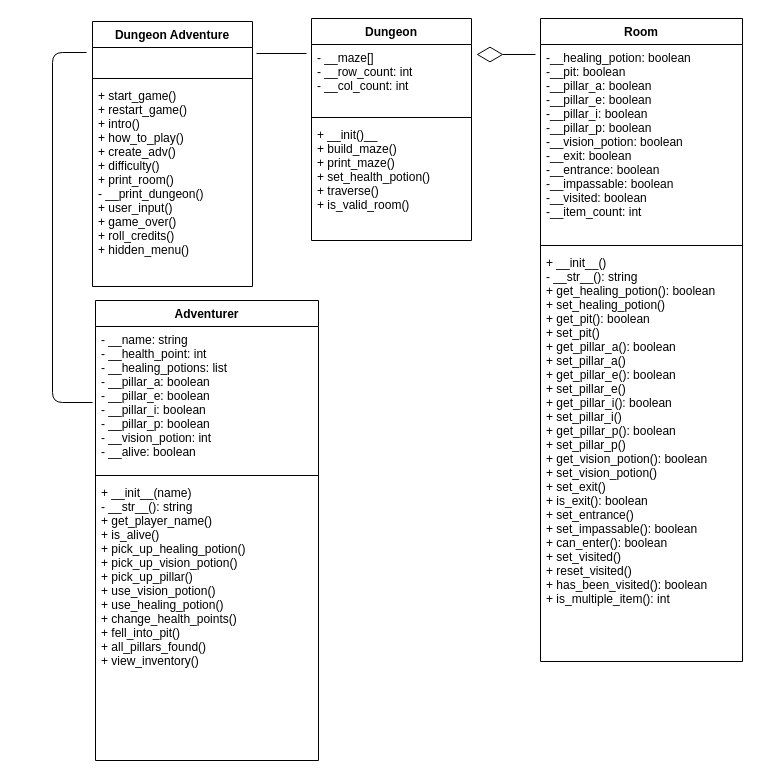
Above: Dungeon of Doom.drawio in jstocks/dungeon (draw.io), before the change. Source tidied: cells renumbered, new cells numbered last; positions are measured from the earlier drawing's top-left corner, leaving out a move shared by most shapes. Both pictures are drawn from the tidied source at 100%, with x=0, y=0 at pixel (52, 18).
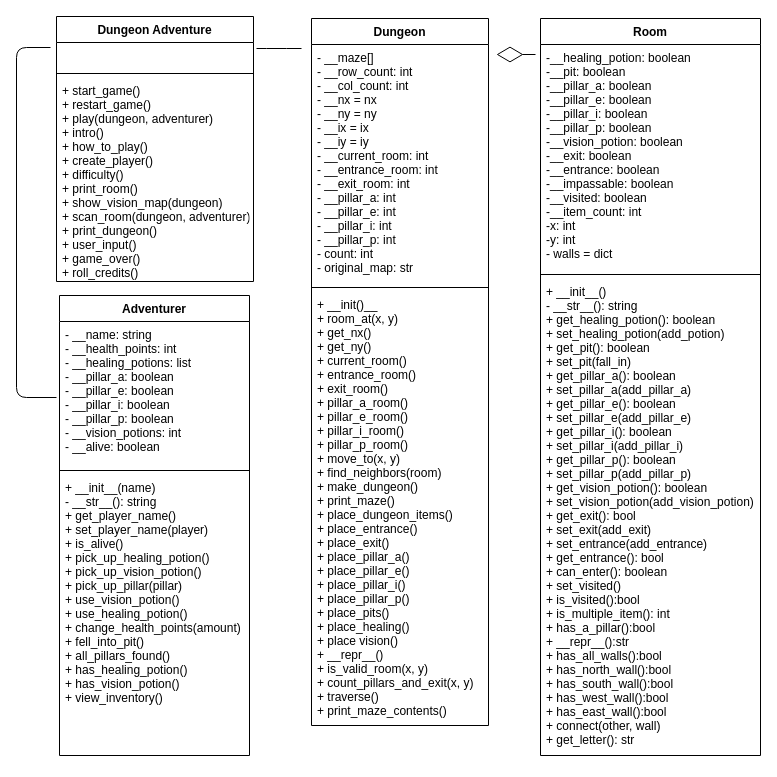
The same diagram, later.

The edit, as a diff of the source:
```diff
@@
     <mxCell id="2" value="Room" style="swimlane;fontStyle=1;align=center;verticalAlign=top;horizontal=1;startSize=26;" parent="1" vertex="1">
-      <mxGeometry x="488" width="202" height="643" as="geometry" />
+      <mxGeometry x="488" width="220" height="737" as="geometry" />
     </mxCell>
-    <mxCell id="3" value="-__healing_potion: boolean&#10;-__pit: boolean&#10;-__pillar_a: boolean&#10;-__pillar_e: boolean&#10;-__pillar_i: boolean&#10;-__pillar_p: boolean&#10;-__vision_potion: boolean&#10;-__exit: boolean&#10;-__entrance: boolean&#10;-__impassable: boolean&#10;-__visited: boolean&#10;-__item_count: int" style="text;strokeColor=none;fillColor=none;align=left;verticalAlign=top;spacingLeft=4;spacingRight=4;overflow=hidden;" parent="2" vertex="1">
-      <mxGeometry y="26" width="202" height="197" as="geometry" />
+    <mxCell id="3" value="-__healing_potion: boolean&#10;-__pit: boolean&#10;-__pillar_a: boolean&#10;-__pillar_e: boolean&#10;-__pillar_i: boolean&#10;-__pillar_p: boolean&#10;-__vision_potion: boolean&#10;-__exit: boolean&#10;-__entrance: boolean&#10;-__impassable: boolean&#10;-__visited: boolean&#10;-__item_count: int&#10;-x: int&#10;-y: int&#10;- walls = dict" style="text;strokeColor=none;fillColor=none;align=left;verticalAlign=top;spacingLeft=4;spacingRight=4;overflow=hidden;" parent="2" vertex="1">
+      <mxGeometry y="26" width="220" height="226" as="geometry" />
     </mxCell>
     <mxCell id="4" style="line;strokeWidth=1;fillColor=none;align=left;verticalAlign=middle;spacingTop=-1;spacingLeft=3;spacingRight=3;labelPosition=right;" parent="2" vertex="1">
-      <mxGeometry y="223" width="202" height="8" as="geometry" />
+      <mxGeometry y="252" width="220" height="8" as="geometry" />
     </mxCell>
-    <mxCell id="5" value="+ __init__()&#10;- __str__(): string&#10;+ get_healing_potion(): boolean&#10;+ set_healing_potion()&#10;+ get_pit(): boolean&#10;+ set_pit()&#10;+ get_pillar_a(): boolean&#10;+ set_pillar_a()&#10;+ get_pillar_e(): boolean&#10;+ set_pillar_e()&#10;+ get_pillar_i(): boolean&#10;+ set_pillar_i()&#10;+ get_pillar_p(): boolean&#10;+ set_pillar_p()&#10;+ get_vision_potion(): boolean&#10;+ set_vision_potion()&#10;+ set_exit()&#10;+ is_exit(): boolean&#10;+ set_entrance()&#10;+ set_impassable(): boolean&#10;+ can_enter(): boolean&#10;+ set_visited()&#10;+ reset_visited()&#10;+ has_been_visited(): boolean&#10;+ is_multiple_item(): int&#10;&#10;&#10;&#10;" style="text;strokeColor=none;fillColor=none;align=left;verticalAlign=top;spacingLeft=4;spacingRight=4;overflow=hidden;" parent="2" vertex="1">
-      <mxGeometry y="231" width="202" height="412" as="geometry" />
+    <mxCell id="5" value="+ __init__()&#10;- __str__(): string&#10;+ get_healing_potion(): boolean&#10;+ set_healing_potion(add_potion)&#10;+ get_pit(): boolean&#10;+ set_pit(fall_in)&#10;+ get_pillar_a(): boolean&#10;+ set_pillar_a(add_pillar_a)&#10;+ get_pillar_e(): boolean&#10;+ set_pillar_e(add_pillar_e)&#10;+ get_pillar_i(): boolean&#10;+ set_pillar_i(add_pillar_i)&#10;+ get_pillar_p(): boolean&#10;+ set_pillar_p(add_pillar_p)&#10;+ get_vision_potion(): boolean&#10;+ set_vision_potion(add_vision_potion)&#10;+ get_exit(): bool&#10;+ set_exit(add_exit)&#10;+ set_entrance(add_entrance)&#10;+ get_entrance(): bool&#10;+ can_enter(): boolean&#10;+ set_visited()&#10;+ is_visited():bool&#10;+ is_multiple_item(): int&#10;+ has_a_pillar():bool&#10;+ __repr__():str&#10;+ has_all_walls():bool&#10;+ has_north_wall():bool&#10;+ has_south_wall():bool&#10;+ has_west_wall():bool&#10;+ has_east_wall():bool&#10;+ connect(other, wall)&#10;+ get_letter(): str&#10;&#10;&#10;&#10;" style="text;strokeColor=none;fillColor=none;align=left;verticalAlign=top;spacingLeft=4;spacingRight=4;overflow=hidden;" parent="2" vertex="1">
+      <mxGeometry y="260" width="220" height="477" as="geometry" />
     </mxCell>
     <mxCell id="6" value="Dungeon" style="swimlane;fontStyle=1;align=center;verticalAlign=top;horizontal=1;startSize=26;" parent="1" vertex="1">
-      <mxGeometry x="259" width="160" height="222" as="geometry" />
+      <mxGeometry x="259" width="177" height="707" as="geometry" />
     </mxCell>
-    <mxCell id="7" value="- __maze[]&#10;- __row_count: int&#10;- __col_count: int" style="text;strokeColor=none;fillColor=none;align=left;verticalAlign=top;spacingLeft=4;spacingRight=4;overflow=hidden;" parent="6" vertex="1">
-      <mxGeometry y="26" width="160" height="69" as="geometry" />
+    <mxCell id="7" value="- __maze[]&#10;- __row_count: int&#10;- __col_count: int&#10;- __nx = nx&#10;- __ny = ny&#10;- __ix = ix&#10;- __iy = iy&#10;- __current_room: int&#10;- __entrance_room: int&#10;- __exit_room: int&#10;- __pillar_a: int&#10;- __pillar_e: int&#10;- __pillar_i: int&#10;- __pillar_p: int&#10;- count: int&#10;- original_map: str" style="text;strokeColor=none;fillColor=none;align=left;verticalAlign=top;spacingLeft=4;spacingRight=4;overflow=hidden;" parent="6" vertex="1">
+      <mxGeometry y="26" width="177" height="239" as="geometry" />
     </mxCell>
     <mxCell id="8" style="line;strokeWidth=1;fillColor=none;align=left;verticalAlign=middle;spacingTop=-1;spacingLeft=3;spacingRight=3;labelPosition=right;" parent="6" vertex="1">
-      <mxGeometry y="95" width="160" height="8" as="geometry" />
+      <mxGeometry y="265" width="177" height="8" as="geometry" />
     </mxCell>
-    <mxCell id="9" value="+ __init()__&#10;+ build_maze()&#10;+ print_maze()&#10;+ set_health_potion()&#10;+ traverse()&#10;+ is_valid_room()&#10;" style="text;strokeColor=none;fillColor=none;align=left;verticalAlign=top;spacingLeft=4;spacingRight=4;overflow=hidden;" parent="6" vertex="1">
-      <mxGeometry y="103" width="160" height="119" as="geometry" />
+    <mxCell id="9" value="+ __init()__&#10;+ room_at(x, y)&#10;+ get_nx()&#10;+ get_ny()&#10;+ current_room()&#10;+ entrance_room()&#10;+ exit_room()&#10;+ pillar_a_room()&#10;+ pillar_e_room()&#10;+ pillar_i_room()&#10;+ pillar_p_room()&#10;+ move_to(x, y)&#10;+ find_neighbors(room)&#10;+ make_dungeon()&#10;+ print_maze()&#10;+ place_dungeon_items()&#10;+ place_entrance()&#10;+ place_exit()&#10;+ place_pillar_a()&#10;+ place_pillar_e()&#10;+ place_pillar_i()&#10;+ place_pillar_p()&#10;+ place_pits()&#10;+ place_healing()&#10;+ place vision()&#10;+ __repr__()&#10;+ is_valid_room(x, y)&#10;+ count_pillars_and_exit(x, y)&#10;+ traverse()&#10;+ print_maze_contents()&#10;" style="text;strokeColor=none;fillColor=none;align=left;verticalAlign=top;spacingLeft=4;spacingRight=4;overflow=hidden;" parent="6" vertex="1">
+      <mxGeometry y="273" width="177" height="434" as="geometry" />
     </mxCell>
     <mxCell id="10" value="Dungeon Adventure" style="swimlane;fontStyle=1;align=center;verticalAlign=top;horizontal=1;startSize=26;" parent="1" vertex="1">
-      <mxGeometry x="40" y="3" width="160" height="265" as="geometry" />
+      <mxGeometry x="4" y="-2" width="197" height="265" as="geometry" />
     </mxCell>
     <mxCell id="11" value="   " style="text;strokeColor=none;fillColor=none;align=left;verticalAlign=top;spacingLeft=4;spacingRight=4;overflow=hidden;" parent="10" vertex="1">
-      <mxGeometry y="26" width="160" height="27" as="geometry" />
+      <mxGeometry y="26" width="197" height="27" as="geometry" />
     </mxCell>
     <mxCell id="12" style="line;strokeWidth=1;fillColor=none;align=left;verticalAlign=middle;spacingTop=-1;spacingLeft=3;spacingRight=3;labelPosition=right;" parent="10" vertex="1">
-      <mxGeometry y="53" width="160" height="8" as="geometry" />
+      <mxGeometry y="53" width="197" height="8" as="geometry" />
     </mxCell>
-    <mxCell id="13" value="+ start_game()&#10;+ restart_game()&#10;+ intro()&#10;+ how_to_play()&#10;+ create_adv()&#10;+ difficulty()&#10;+ print_room()&#10;- __print_dungeon()&#10;+ user_input()&#10;+ game_over()&#10;+ roll_credits()&#10;+ hidden_menu()&#10;&#10;" style="text;strokeColor=none;fillColor=none;align=left;verticalAlign=top;spacingLeft=4;spacingRight=4;overflow=hidden;" parent="10" vertex="1">
-      <mxGeometry y="61" width="160" height="204" as="geometry" />
+    <mxCell id="13" value="+ start_game()&#10;+ restart_game()&#10;+ play(dungeon, adventurer)&#10;+ intro()&#10;+ how_to_play()&#10;+ create_player()&#10;+ difficulty()&#10;+ print_room()&#10;+ show_vision_map(dungeon)&#10;+ scan_room(dungeon, adventurer)&#10;+ print_dungeon()&#10;+ user_input()&#10;+ game_over()&#10;+ roll_credits()&#10;&#10;&#10;" style="text;strokeColor=none;fillColor=none;align=left;verticalAlign=top;spacingLeft=4;spacingRight=4;overflow=hidden;" parent="10" vertex="1">
+      <mxGeometry y="61" width="197" height="204" as="geometry" />
     </mxCell>
     <mxCell id="14" style="endArrow=none;html=1;edgeStyle=orthogonalEdgeStyle;" parent="1" edge="1">
       <mxGeometry relative="1" as="geometry">
-        <mxPoint x="40" y="384" as="sourcePoint" />
-        <mxPoint x="34" y="34" as="targetPoint" />
+        <mxPoint x="4" y="379" as="sourcePoint" />
+        <mxPoint x="-2" y="29" as="targetPoint" />
         <Array as="points">
-          <mxPoint y="384" />
-          <mxPoint y="34" />
+          <mxPoint x="-36" y="379" />
+          <mxPoint x="-36" y="29" />
         </Array>
       </mxGeometry>
     </mxCell>
     <mxCell id="15" value="Adventurer" style="swimlane;fontStyle=1;align=center;verticalAlign=top;horizontal=1;startSize=26;" parent="1" vertex="1">
-      <mxGeometry x="43" y="282" width="223" height="460" as="geometry" />
+      <mxGeometry x="7" y="277" width="190" height="460" as="geometry" />
     </mxCell>
-    <mxCell id="16" value="- __name: string&#10;- __health_point: int&#10;- __healing_potions: list&#10;- __pillar_a: boolean&#10;- __pillar_e: boolean&#10;- __pillar_i: boolean&#10;- __pillar_p: boolean&#10;- __vision_potion: int&#10;- __alive: boolean" style="text;strokeColor=none;fillColor=none;align=left;verticalAlign=top;spacingLeft=4;spacingRight=4;overflow=hidden;" parent="15" vertex="1">
-      <mxGeometry y="26" width="223" height="145" as="geometry" />
+    <mxCell id="16" value="- __name: string&#10;- __health_points: int&#10;- __healing_potions: list&#10;- __pillar_a: boolean&#10;- __pillar_e: boolean&#10;- __pillar_i: boolean&#10;- __pillar_p: boolean&#10;- __vision_potions: int&#10;- __alive: boolean" style="text;strokeColor=none;fillColor=none;align=left;verticalAlign=top;spacingLeft=4;spacingRight=4;overflow=hidden;" parent="15" vertex="1">
+      <mxGeometry y="26" width="190" height="145" as="geometry" />
     </mxCell>
     <mxCell id="17" style="line;strokeWidth=1;fillColor=none;align=left;verticalAlign=middle;spacingTop=-1;spacingLeft=3;spacingRight=3;labelPosition=right;" parent="15" vertex="1">
-      <mxGeometry y="171" width="223" height="8" as="geometry" />
+      <mxGeometry y="171" width="190" height="8" as="geometry" />
     </mxCell>
-    <mxCell id="18" value="+ __init__(name)&#10;- __str__(): string&#10;+ get_player_name()&#10;+ is_alive()&#10;+ pick_up_healing_potion()&#10;+ pick_up_vision_potion()&#10;+ pick_up_pillar()&#10;+ use_vision_potion()&#10;+ use_healing_potion()&#10;+ change_health_points()&#10;+ fell_into_pit()&#10;+ all_pillars_found()&#10;+ view_inventory()" style="text;strokeColor=none;fillColor=none;align=left;verticalAlign=top;spacingLeft=4;spacingRight=4;overflow=hidden;" parent="15" vertex="1">
-      <mxGeometry y="179" width="223" height="281" as="geometry" />
+    <mxCell id="18" value="+ __init__(name)&#10;- __str__(): string&#10;+ get_player_name()&#10;+ set_player_name(player)&#10;+ is_alive()&#10;+ pick_up_healing_potion()&#10;+ pick_up_vision_potion()&#10;+ pick_up_pillar(pillar)&#10;+ use_vision_potion()&#10;+ use_healing_potion()&#10;+ change_health_points(amount)&#10;+ fell_into_pit()&#10;+ all_pillars_found()&#10;+ has_healing_potion()&#10;+ has_vision_potion()&#10;+ view_inventory()" style="text;strokeColor=none;fillColor=none;align=left;verticalAlign=top;spacingLeft=4;spacingRight=4;overflow=hidden;" parent="15" vertex="1">
+      <mxGeometry y="179" width="190" height="281" as="geometry" />
     </mxCell>
     <mxCell id="19" style="endArrow=none;html=1;" parent="1" edge="1">
       <mxGeometry relative="1" as="geometry">
-        <mxPoint x="204" y="35" as="sourcePoint" />
-        <mxPoint x="254" y="35" as="targetPoint" />
+        <mxPoint x="204" y="30" as="sourcePoint" />
+        <mxPoint x="249" y="30" as="targetPoint" />
+        <Array as="points">
+          <mxPoint x="224" y="30" />
+        </Array>
       </mxGeometry>
     </mxCell>
     <mxCell id="20" style="endArrow=diamondThin;endFill=0;endSize=24;html=1;" parent="1" edge="1">
       <mxGeometry relative="1" as="geometry">
         <mxPoint x="483" y="36" as="sourcePoint" />
-        <mxPoint x="424" y="36" as="targetPoint" />
+        <mxPoint x="444" y="36" as="targetPoint" />
       </mxGeometry>
     </mxCell>
```
